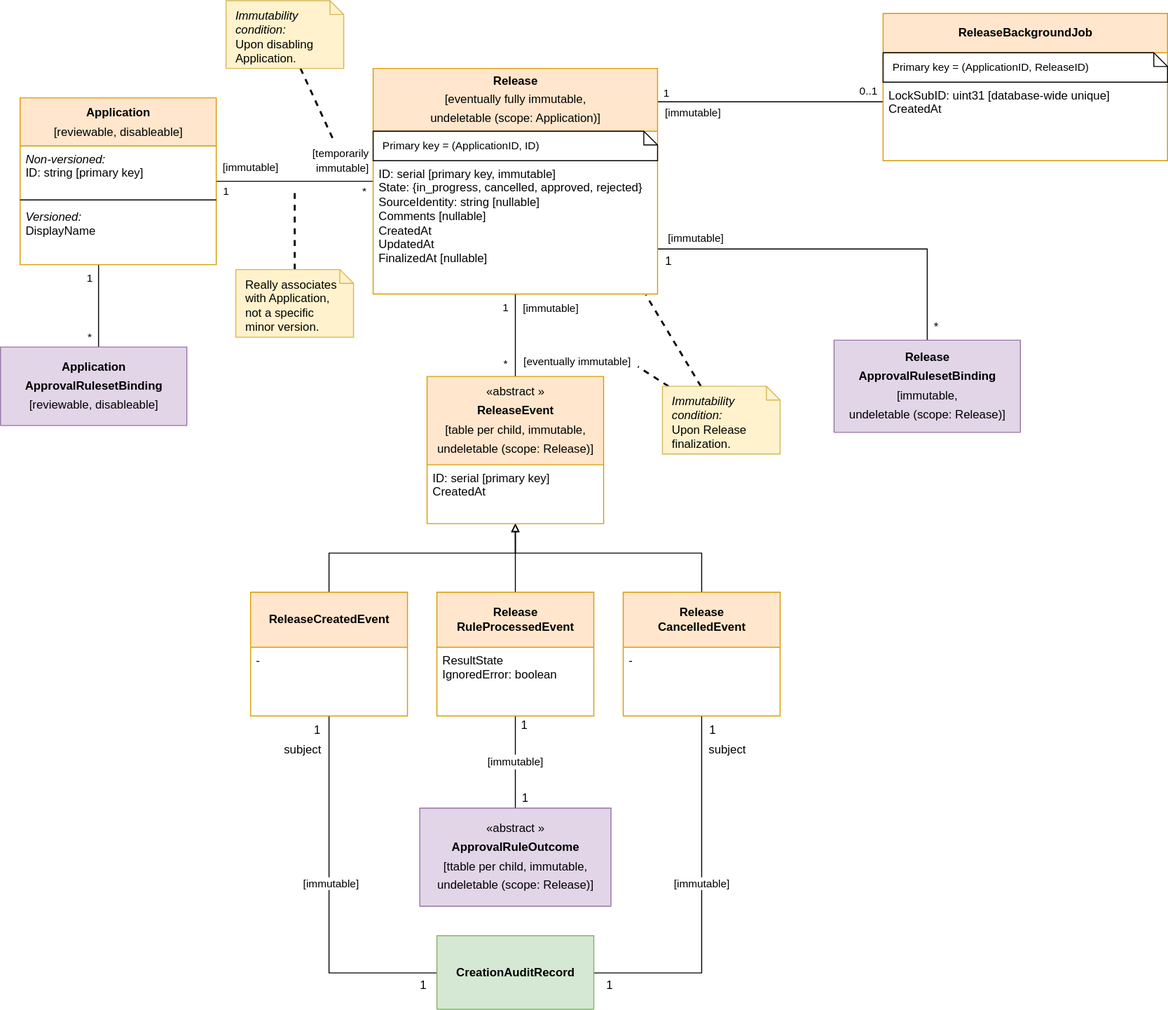
Earlier version of the draw.io export devdocs/applications-releases-and-related.drawio.svg (fullstaq-labs/sqedule). Source tidied: cells renumbered, new cells last; positions are measured from the earlier drawing's top-left corner, leaving out a move shared by most shapes.
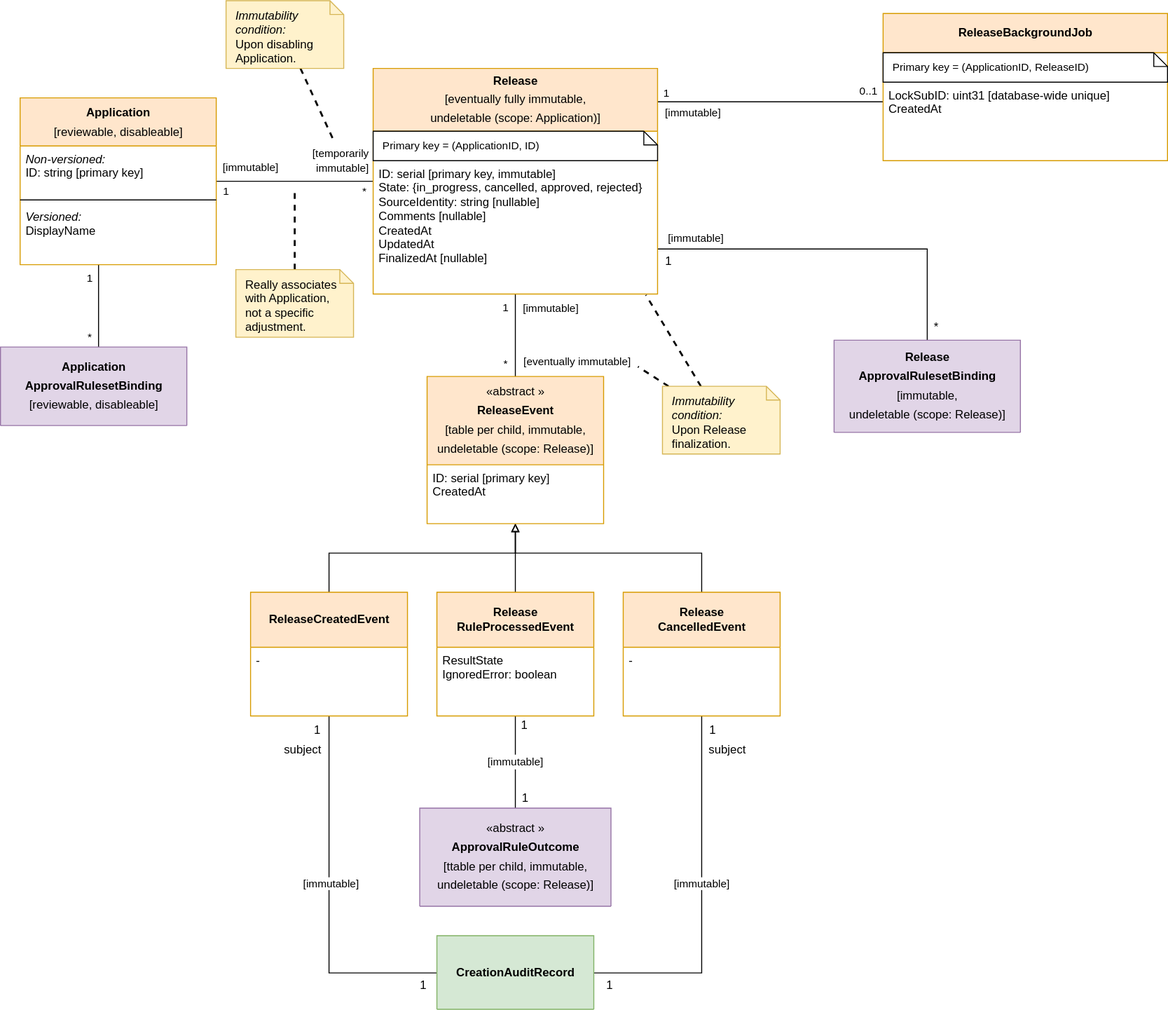
The same file after the commit.

Change to the diagram source:
```diff
@@ -254,7 +254,7 @@
         <mxPoint x="300" y="193" as="targetPoint" />
       </mxGeometry>
     </mxCell>
-    <mxCell id="58" value="Really associates with Application, not a specific minor version." style="shape=note;whiteSpace=wrap;html=1;size=14;verticalAlign=top;align=left;spacingTop=-6;fontSize=12;spacing=10;fillColor=#fff2cc;strokeColor=#d6b656;sketch=0;" parent="1" vertex="1">
+    <mxCell id="58" value="Really associates with Application, not a specific adjustment." style="shape=note;whiteSpace=wrap;html=1;size=14;verticalAlign=top;align=left;spacingTop=-6;fontSize=12;spacing=10;fillColor=#fff2cc;strokeColor=#d6b656;sketch=0;" parent="1" vertex="1">
       <mxGeometry x="240" y="274" width="120" height="69" as="geometry" />
     </mxCell>
     <mxCell id="59" value="&lt;p style=&quot;line-height: 160%&quot;&gt;Release&lt;br&gt;ApprovalRulesetBinding&lt;br&gt;&lt;span style=&quot;font-weight: normal&quot;&gt;[immutable,&lt;br&gt;undeletable (scope: Release)]&lt;/span&gt;&lt;br&gt;&lt;/p&gt;" style="swimlane;fontStyle=1;horizontal=1;startSize=94;fillColor=#e1d5e7;strokeColor=#9673a6;swimlaneFillColor=#ffffff;html=1;" parent="1" vertex="1" collapsed="1">
```
